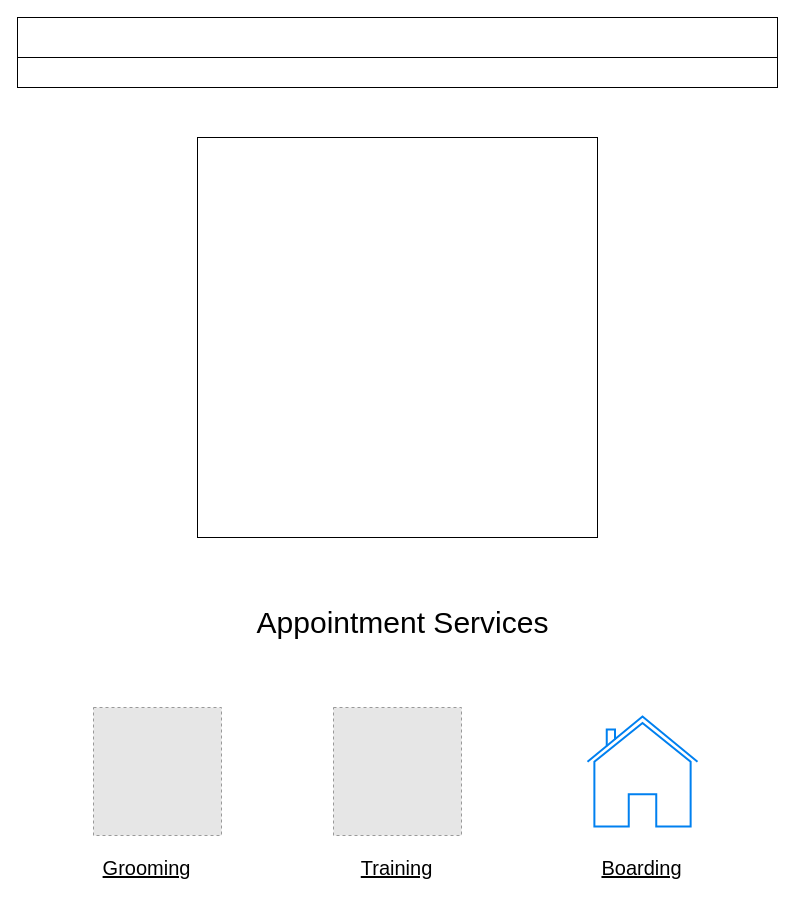
This is Wireframe1.drawio from joneskj55/wireframes, a draw.io file, before an edit. Source tidied: cells renumbered, new cells numbered last; positions are measured from the earlier drawing's top-left corner, leaving out a move shared by most shapes. Both pictures are drawn from the tidied source at 100%, with x=0, y=0 at pixel (17, 17). Pictures stored in the file or linked from it are replaced by grey dashed boxes.
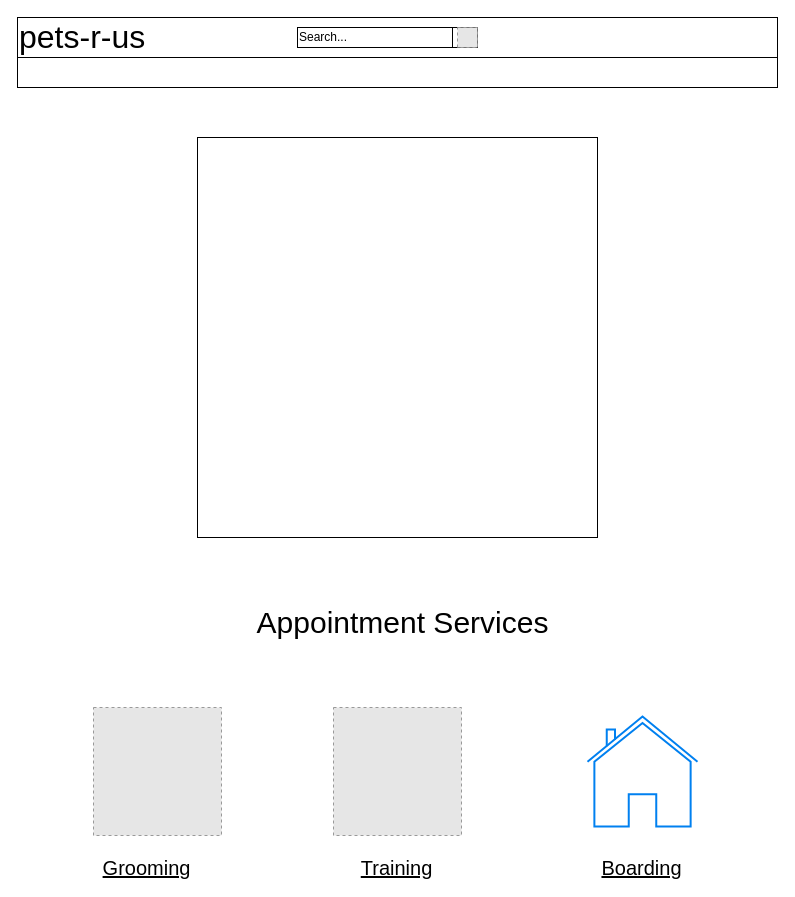
The same diagram, later.

Commit message:
add search bar

Diff of the diagram source:
```diff
@@
 <mxGraphModel>
   <root>
     <mxCell id="0" />
     <mxCell id="1" parent="0" />
-    <mxCell id="2" style="rounded=0;whiteSpace=wrap;html=1;" parent="1" vertex="1">
+    <mxCell id="2" value="&lt;font style=&quot;font-size: 32px&quot;&gt;pets-r-us&lt;/font&gt;" style="rounded=0;whiteSpace=wrap;html=1;align=left;" parent="1" vertex="1">
       <mxGeometry width="760" height="40" as="geometry" />
     </mxCell>
     <mxCell id="3" style="rounded=0;whiteSpace=wrap;html=1;" parent="1" vertex="1">
       <mxGeometry y="40" width="760" height="30" as="geometry" />
     </mxCell>
     <mxCell id="4" style="whiteSpace=wrap;html=1;" parent="1" vertex="1">
       <mxGeometry x="180" y="120" width="400" height="400" as="geometry" />
     </mxCell>
     <mxCell id="5" style="fillColor=#E6E6E6;strokeColor=#999999;dashed=1;html=1;verticalAlign=top;verticalLabelPosition=bottom;labelBackgroundColor=#ffffff;" parent="1" vertex="1">
       <mxGeometry x="76" y="690" width="128" height="128" as="geometry" />
     </mxCell>
     <mxCell id="6" style="fillColor=#E6E6E6;strokeColor=#999999;dashed=1;html=1;verticalAlign=top;verticalLabelPosition=bottom;labelBackgroundColor=#ffffff;" parent="1" vertex="1">
       <mxGeometry x="316" y="690" width="128" height="128" as="geometry" />
     </mxCell>
     <mxCell id="7" style="html=1;verticalLabelPosition=bottom;align=center;labelBackgroundColor=#ffffff;verticalAlign=top;strokeWidth=2;strokeColor=#0080F0;shadow=0;dashed=0;shape=mxgraph.ios7.icons.home;" parent="1" vertex="1">
       <mxGeometry x="570" y="699" width="110" height="110" as="geometry" />
     </mxCell>
     <mxCell id="8" value="&lt;font style=&quot;font-size: 30px&quot;&gt;Appointment Services&lt;/font&gt;" style="text;html=1;align=center;verticalAlign=middle;" parent="1" vertex="1">
       <mxGeometry x="230" y="590" width="310" height="30" as="geometry" />
     </mxCell>
     <mxCell id="9" value="&lt;font style=&quot;font-size: 20px&quot;&gt;&lt;u&gt;Grooming&lt;/u&gt;&lt;/font&gt;" style="text;html=1;align=center;verticalAlign=middle;" parent="1" vertex="1">
       <mxGeometry x="79" y="840" width="100" height="20" as="geometry" />
     </mxCell>
     <mxCell id="10" value="&lt;font style=&quot;font-size: 20px&quot;&gt;&lt;u&gt;Training&lt;/u&gt;&lt;/font&gt;" style="text;html=1;align=center;verticalAlign=middle;" parent="1" vertex="1">
       <mxGeometry x="334" y="840" width="90" height="20" as="geometry" />
     </mxCell>
     <mxCell id="11" value="&lt;font style=&quot;font-size: 20px&quot;&gt;&lt;u&gt;Boarding&lt;/u&gt;&lt;/font&gt;" style="text;html=1;align=center;verticalAlign=middle;" parent="1" vertex="1">
       <mxGeometry x="574" y="840" width="100" height="20" as="geometry" />
     </mxCell>
+    <mxCell id="12" value="Search..." style="rounded=0;whiteSpace=wrap;html=1;align=left;" parent="1" vertex="1">
+      <mxGeometry x="280" y="10" width="180" height="20" as="geometry" />
+    </mxCell>
+    <mxCell id="13" style="fillColor=#E6E6E6;strokeColor=#999999;dashed=1;html=1;verticalAlign=top;verticalLabelPosition=bottom;labelBackgroundColor=#ffffff;" parent="1" vertex="1">
+      <mxGeometry x="440" y="10" width="20" height="20" as="geometry" />
+    </mxCell>
+    <mxCell id="14" style="endArrow=none;html=1;" parent="1" edge="1">
+      <mxGeometry relative="1" as="geometry">
+        <mxPoint x="435" y="30" as="sourcePoint" />
+        <mxPoint x="435" y="10" as="targetPoint" />
+      </mxGeometry>
+    </mxCell>
   </root>
 </mxGraphModel>
```
